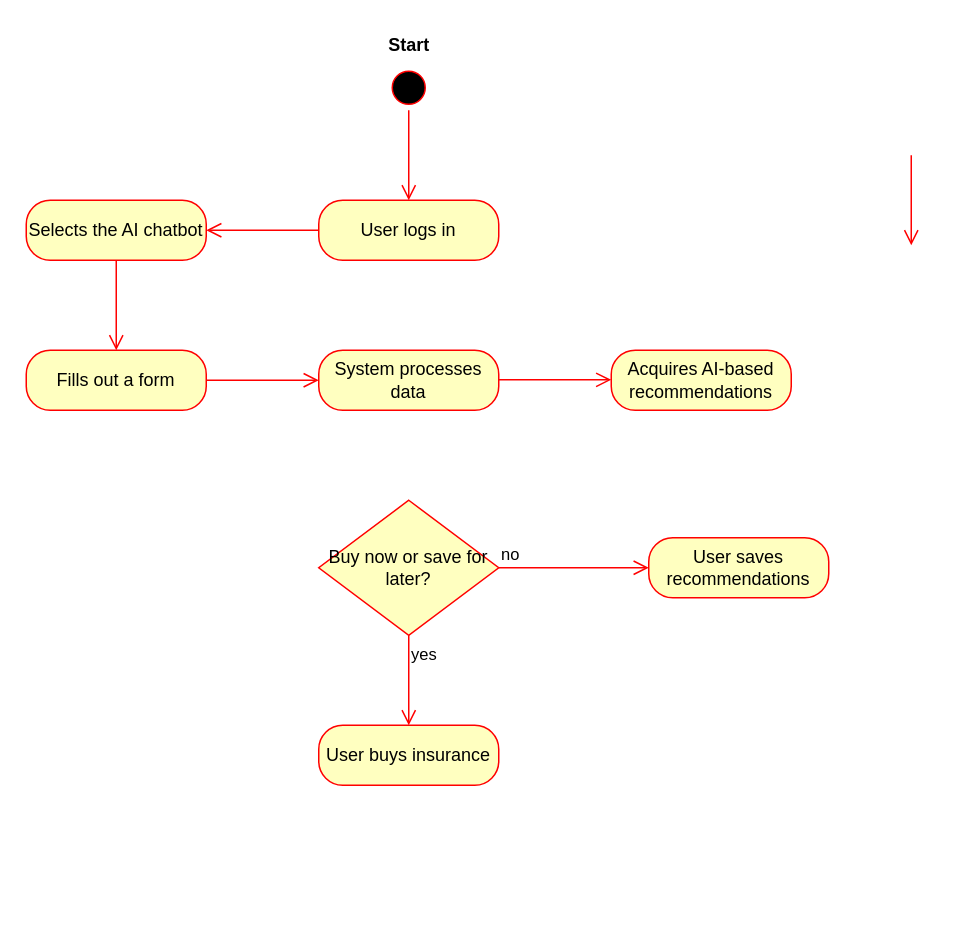
Before: Project - Agile Software Engineering Diagram 4.drawio in Matasem-h/SimpleFlowcharts, a draw.io diagram. Source tidied: cells renumbered, new cells numbered last; positions are measured from the earlier drawing's top-left corner, leaving out a move shared by most shapes. Both pictures are drawn from the tidied source at 150%, with x=0, y=0 at pixel (26, 26).
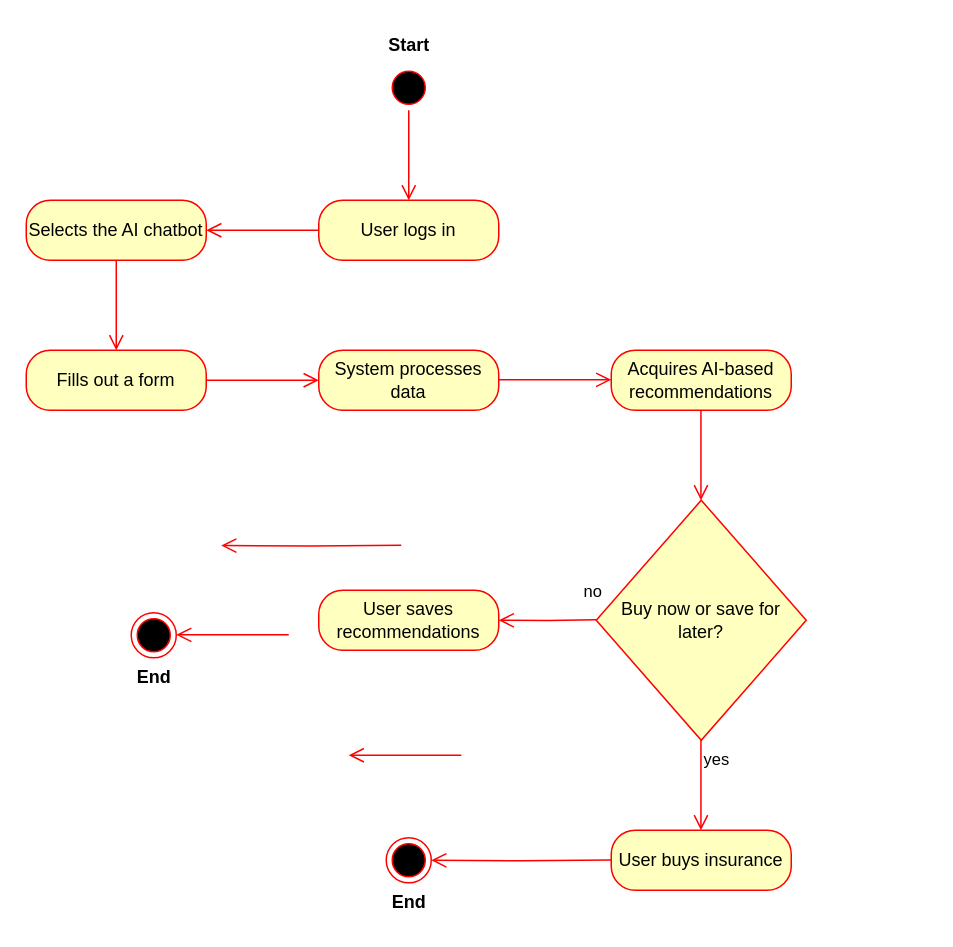
After the change.

The edit, as a diff of the source:
```diff
@@
-    <mxCell id="2" style="ellipse;html=1;shape=startState;fillColor=#000000;strokeColor=#ff0000;" parent="1" vertex="1">
-      <mxGeometry x="240" y="26" width="30" height="30" as="geometry" />
-    </mxCell>
@@
-    <mxCell id="4" value="Start" style="text;align=center;fontStyle=1;verticalAlign=middle;spacingLeft=3;spacingRight=3;strokeColor=none;html=1;" parent="1" vertex="1">
-      <mxGeometry x="215" width="80" height="26" as="geometry" />
-    </mxCell>
@@
     <mxCell id="14" value="Buy now or save for later?" style="rhombus;whiteSpace=wrap;html=1;fontColor=#000000;fillColor=#ffffc0;strokeColor=#ff0000;" parent="1" vertex="1">
-      <mxGeometry x="195" y="316" width="120" height="90" as="geometry" />
+      <mxGeometry x="380" y="316" width="140" height="160" as="geometry" />
     </mxCell>
+    <mxCell id="17" value="User buys insurance" style="rounded=1;whiteSpace=wrap;html=1;arcSize=40;fontColor=#000000;fillColor=#ffffc0;strokeColor=#ff0000;" parent="1" vertex="1">
+      <mxGeometry x="390" y="536" width="120" height="40" as="geometry" />
+    </mxCell>
+    <mxCell id="18" value="User saves recommendations" style="rounded=1;whiteSpace=wrap;html=1;arcSize=40;fontColor=#000000;fillColor=#ffffc0;strokeColor=#ff0000;" parent="1" vertex="1">
+      <mxGeometry x="195" y="376" width="120" height="40" as="geometry" />
+    </mxCell>
+    <mxCell id="20" style="ellipse;html=1;shape=endState;fillColor=#000000;strokeColor=#ff0000;" parent="1" vertex="1">
+      <mxGeometry x="70" y="391" width="30" height="30" as="geometry" />
+    </mxCell>
+    <mxCell id="21" value="End" style="text;align=center;fontStyle=1;verticalAlign=middle;spacingLeft=3;spacingRight=3;strokeColor=none;html=1;" parent="1" vertex="1">
+      <mxGeometry x="45" y="421" width="80" height="26" as="geometry" />
+    </mxCell>
+    <mxCell id="2" style="ellipse;html=1;shape=startState;fillColor=#000000;strokeColor=#ff0000;" parent="1" vertex="1">
+      <mxGeometry x="240" y="26" width="30" height="30" as="geometry" />
+    </mxCell>
+    <mxCell id="4" value="Start" style="text;align=center;fontStyle=1;verticalAlign=middle;spacingLeft=3;spacingRight=3;strokeColor=none;html=1;" parent="1" vertex="1">
+      <mxGeometry x="215" width="80" height="26" as="geometry" />
+    </mxCell>
-    <mxCell id="15" value="no" style="edgeStyle=orthogonalEdgeStyle;html=1;align=left;verticalAlign=bottom;endArrow=open;endSize=8;strokeColor=#ff0000;rounded=0;entryX=0;entryY=0.5;entryDx=0;entryDy=0;" parent="1" edge="1" source="14" target="18">
-      <mxGeometry x="-1" relative="1" as="geometry" />
+    <mxCell id="15" value="no" style="edgeStyle=orthogonalEdgeStyle;html=1;align=left;verticalAlign=bottom;endArrow=open;endSize=8;strokeColor=#ff0000;rounded=0;exitX=0;exitY=0.5;exitDx=0;exitDy=0;entryX=1;entryY=0.5;entryDx=0;entryDy=0;" parent="1" edge="1">
+      <mxGeometry x="-0.7" y="-10" relative="1" as="geometry">
+        <mxPoint x="380" y="395.7" as="sourcePoint" />
+        <mxPoint x="315" y="396" as="targetPoint" />
+      </mxGeometry>
     </mxCell>
-    <mxCell id="16" value="yes" style="edgeStyle=orthogonalEdgeStyle;html=1;align=left;verticalAlign=top;endArrow=open;endSize=8;strokeColor=#ff0000;rounded=0;entryX=0.5;entryY=0;entryDx=0;entryDy=0;" parent="1" edge="1" source="14" target="17">
-      <mxGeometry x="-1" relative="1" as="geometry" />
+    <mxCell id="16" value="yes" style="edgeStyle=orthogonalEdgeStyle;html=1;align=left;verticalAlign=top;endArrow=open;endSize=8;strokeColor=#ff0000;rounded=0;exitX=0.5;exitY=1;exitDx=0;exitDy=0;" parent="1" edge="1">
+      <mxGeometry x="-1" relative="1" as="geometry">
+        <mxPoint x="449.8" y="476" as="sourcePoint" />
+        <mxPoint x="449.8" y="536" as="targetPoint" />
+      </mxGeometry>
     </mxCell>
-    <mxCell id="17" value="User buys insurance" style="rounded=1;whiteSpace=wrap;html=1;arcSize=40;fontColor=#000000;fillColor=#ffffc0;strokeColor=#ff0000;" parent="1" vertex="1">
-      <mxGeometry x="195" y="466" width="120" height="40" as="geometry" />
-    </mxCell>
-    <mxCell id="18" value="User saves recommendations" style="rounded=1;whiteSpace=wrap;html=1;arcSize=40;fontColor=#000000;fillColor=#ffffc0;strokeColor=#ff0000;" parent="1" vertex="1">
-      <mxGeometry x="415" y="341" width="120" height="40" as="geometry" />
-    </mxCell>
-    <mxCell id="19" style="edgeStyle=orthogonalEdgeStyle;html=1;verticalAlign=bottom;endArrow=open;endSize=8;strokeColor=#ff0000;rounded=0;" parent="1" edge="1">
-      <mxGeometry relative="1" as="geometry">
-        <mxPoint x="590" y="86" as="sourcePoint" />
-        <mxPoint x="590" y="146" as="targetPoint" />
-      </mxGeometry>
-    </mxCell>
+    <mxCell id="22" style="edgeStyle=orthogonalEdgeStyle;html=1;verticalAlign=bottom;endArrow=open;endSize=8;strokeColor=#ff0000;rounded=0;exitX=0;exitY=0.5;exitDx=0;exitDy=0;entryX=1;entryY=0.5;entryDx=0;entryDy=0;" parent="1" edge="1">
+      <mxGeometry relative="1" as="geometry">
+        <mxPoint x="175" y="405.7" as="sourcePoint" />
+        <mxPoint x="100" y="405.7" as="targetPoint" />
+      </mxGeometry>
+    </mxCell>
+    <mxCell id="23" style="ellipse;html=1;shape=endState;fillColor=#000000;strokeColor=#ff0000;" parent="1" vertex="1">
+      <mxGeometry x="240" y="541" width="30" height="30" as="geometry" />
+    </mxCell>
+    <mxCell id="24" value="End" style="text;align=center;fontStyle=1;verticalAlign=middle;spacingLeft=3;spacingRight=3;strokeColor=none;html=1;" parent="1" vertex="1">
+      <mxGeometry x="215" y="571" width="80" height="26" as="geometry" />
+    </mxCell>
+    <mxCell id="25" style="edgeStyle=orthogonalEdgeStyle;html=1;verticalAlign=bottom;endArrow=open;endSize=8;strokeColor=#ff0000;rounded=0;exitX=0.5;exitY=1;exitDx=0;exitDy=0;" parent="1" edge="1">
+      <mxGeometry relative="1" as="geometry">
+        <mxPoint x="449.8" y="256" as="sourcePoint" />
+        <mxPoint x="449.8" y="316" as="targetPoint" />
+      </mxGeometry>
+    </mxCell>
+    <mxCell id="26" style="edgeStyle=orthogonalEdgeStyle;html=1;verticalAlign=bottom;endArrow=open;endSize=8;strokeColor=#ff0000;rounded=0;exitX=1;exitY=0.5;exitDx=0;exitDy=0;entryX=1;entryY=0.5;entryDx=0;entryDy=0;" parent="1" edge="1" target="23">
+      <mxGeometry relative="1" as="geometry">
+        <mxPoint x="390" y="555.8" as="sourcePoint" />
+      </mxGeometry>
+    </mxCell>
+    <mxCell id="27" style="edgeStyle=orthogonalEdgeStyle;html=1;verticalAlign=bottom;endArrow=open;endSize=8;strokeColor=#ff0000;rounded=0;exitX=0;exitY=0.5;exitDx=0;exitDy=0;entryX=1;entryY=0.5;entryDx=0;entryDy=0;" parent="1" edge="1">
+      <mxGeometry relative="1" as="geometry">
+        <mxPoint x="290" y="486" as="sourcePoint" />
+        <mxPoint x="215" y="486" as="targetPoint" />
+      </mxGeometry>
+    </mxCell>
+    <mxCell id="28" style="edgeStyle=orthogonalEdgeStyle;html=1;verticalAlign=bottom;endArrow=open;endSize=8;strokeColor=#ff0000;rounded=0;exitX=1;exitY=0.5;exitDx=0;exitDy=0;entryX=1;entryY=0.5;entryDx=0;entryDy=0;" parent="1" edge="1">
+      <mxGeometry relative="1" as="geometry">
+        <mxPoint x="250" y="346" as="sourcePoint" />
+        <mxPoint x="130" y="346.2" as="targetPoint" />
+      </mxGeometry>
+    </mxCell>
```
